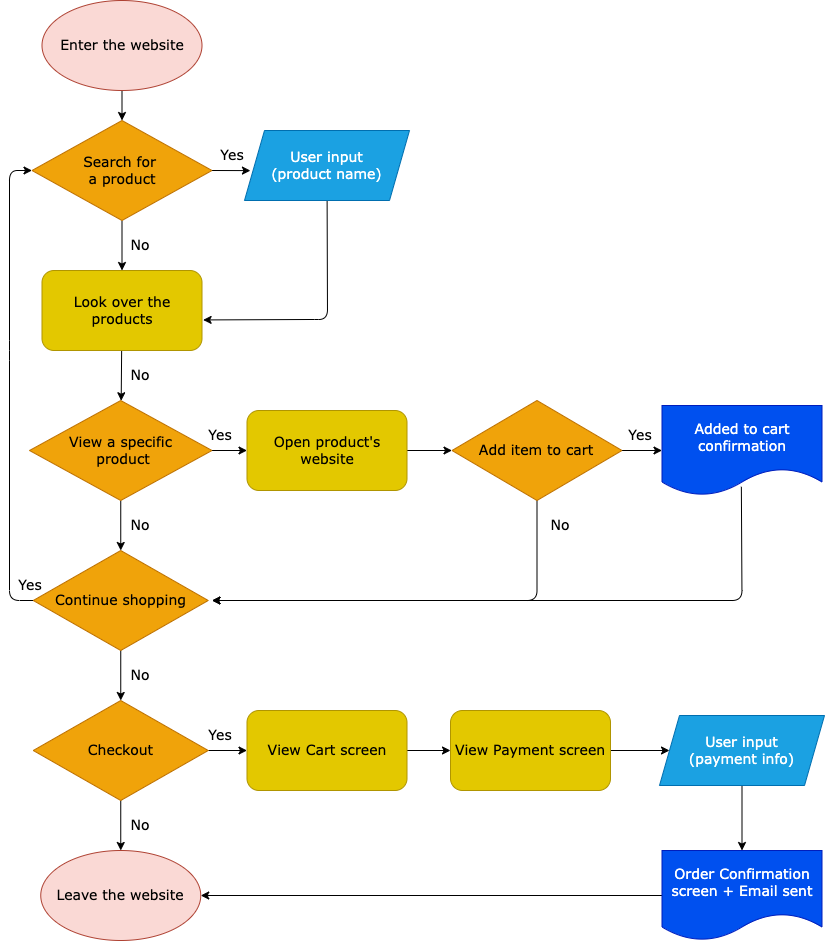
The draw.io diagram explore/diagramming/diagram.drawio.png in tamarasagakova/fa22-cse110-lab4, before a commit. Source tidied: cells renumbered, new cells last; positions are measured from the earlier drawing's top-left corner, leaving out a move shared by most shapes.
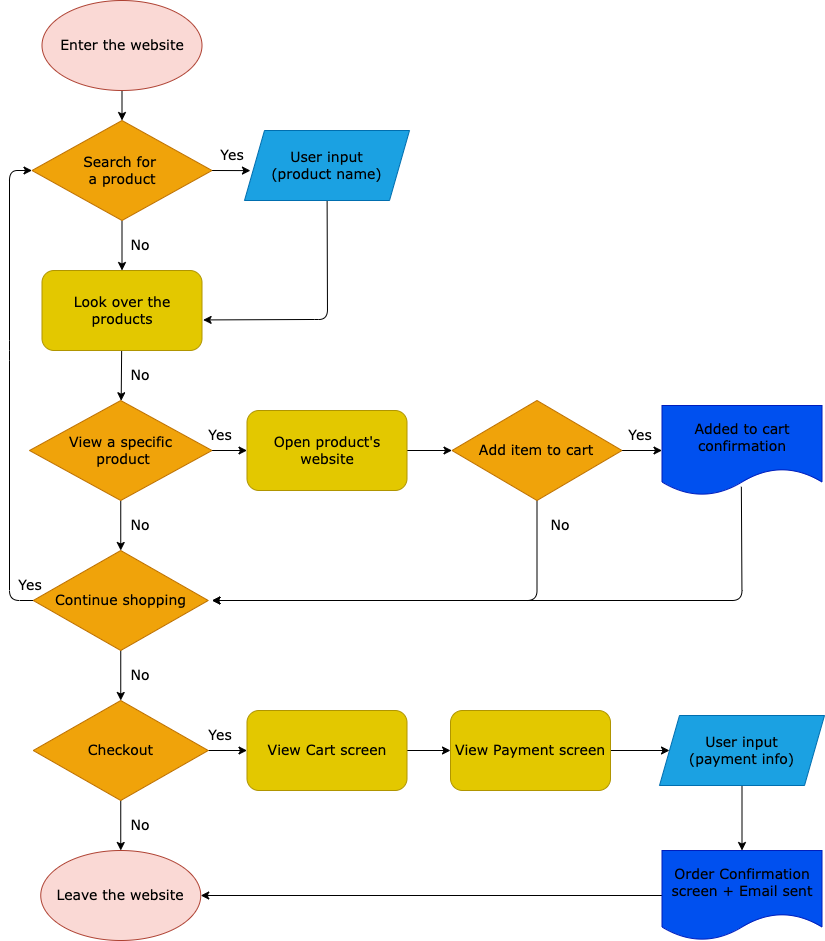
After the commit.

Diff of the diagram source:
```diff
@@ -25,7 +25,7 @@
         </Array>
       </mxGeometry>
     </mxCell>
-    <mxCell id="8" value="User input&lt;br style=&quot;font-size: 14px;&quot;&gt;(product name)" style="shape=parallelogram;perimeter=parallelogramPerimeter;whiteSpace=wrap;html=1;fixedSize=1;fontSize=14;fillColor=#1ba1e2;strokeColor=#006EAF;fontColor=#ffffff;fontFamily=Verdana;" parent="1" vertex="1">
+    <mxCell id="8" value="&lt;font color=&quot;#000000&quot;&gt;User input&lt;br style=&quot;font-size: 14px&quot;&gt;(product name)&lt;/font&gt;" style="shape=parallelogram;perimeter=parallelogramPerimeter;whiteSpace=wrap;html=1;fixedSize=1;fontSize=14;fillColor=#1ba1e2;strokeColor=#006EAF;fontColor=#ffffff;fontFamily=Verdana;" parent="1" vertex="1">
       <mxGeometry x="244" y="130" width="165" height="70" as="geometry" />
     </mxCell>
     <mxCell id="9" style="edgeStyle=none;html=1;fontSize=14;fontColor=#000000;fontFamily=Verdana;" parent="1" edge="1" source="10" target="13">
@@ -88,7 +88,7 @@
         </Array>
       </mxGeometry>
     </mxCell>
-    <mxCell id="23" value="&lt;span style=&quot;font-size: 14px; font-style: normal; font-weight: 400; letter-spacing: normal; text-align: center; text-indent: 0px; text-transform: none; word-spacing: 0px; display: inline; float: none;&quot;&gt;Added to cart&lt;/span&gt;&lt;br style=&quot;font-size: 14px; font-style: normal; font-weight: 400; letter-spacing: normal; text-align: center; text-indent: 0px; text-transform: none; word-spacing: 0px;&quot;&gt;&lt;span style=&quot;font-size: 14px; font-style: normal; font-weight: 400; letter-spacing: normal; text-align: center; text-indent: 0px; text-transform: none; word-spacing: 0px; display: inline; float: none;&quot;&gt;confirmation&lt;/span&gt;" style="shape=document;whiteSpace=wrap;html=1;boundedLbl=1;fontSize=14;fontColor=#ffffff;fillColor=#0050ef;strokeColor=#001DBC;fontFamily=Verdana;" parent="1" vertex="1">
+    <mxCell id="23" value="&lt;font color=&quot;#000000&quot;&gt;&lt;span style=&quot;font-size: 14px ; font-style: normal ; font-weight: 400 ; letter-spacing: normal ; text-align: center ; text-indent: 0px ; text-transform: none ; word-spacing: 0px ; display: inline ; float: none&quot;&gt;Added to cart&lt;/span&gt;&lt;br style=&quot;font-size: 14px ; font-style: normal ; font-weight: 400 ; letter-spacing: normal ; text-align: center ; text-indent: 0px ; text-transform: none ; word-spacing: 0px&quot;&gt;&lt;span style=&quot;font-size: 14px ; font-style: normal ; font-weight: 400 ; letter-spacing: normal ; text-align: center ; text-indent: 0px ; text-transform: none ; word-spacing: 0px ; display: inline ; float: none&quot;&gt;confirmation&lt;/span&gt;&lt;/font&gt;" style="shape=document;whiteSpace=wrap;html=1;boundedLbl=1;fontSize=14;fontColor=#ffffff;fillColor=#0050ef;strokeColor=#001DBC;fontFamily=Verdana;" parent="1" vertex="1">
       <mxGeometry x="661.5" y="405" width="160" height="90" as="geometry" />
     </mxCell>
     <mxCell id="24" style="edgeStyle=none;html=1;fontFamily=Verdana;fontSize=14;fontColor=#000000;" parent="1" edge="1" source="26" target="36">
@@ -148,13 +148,13 @@
     <mxCell id="42" style="edgeStyle=none;html=1;fontFamily=Verdana;fontSize=14;fontColor=#000000;" parent="1" edge="1" source="43" target="45">
       <mxGeometry relative="1" as="geometry" />
     </mxCell>
-    <mxCell id="43" value="User input&lt;br style=&quot;font-size: 14px&quot;&gt;(payment info)" style="shape=parallelogram;perimeter=parallelogramPerimeter;whiteSpace=wrap;html=1;fixedSize=1;fontSize=14;fillColor=#1ba1e2;strokeColor=#006EAF;fontColor=#ffffff;fontFamily=Verdana;" parent="1" vertex="1">
+    <mxCell id="43" value="&lt;font color=&quot;#000000&quot;&gt;User input&lt;br style=&quot;font-size: 14px&quot;&gt;(payment info)&lt;/font&gt;" style="shape=parallelogram;perimeter=parallelogramPerimeter;whiteSpace=wrap;html=1;fixedSize=1;fontSize=14;fillColor=#1ba1e2;strokeColor=#006EAF;fontColor=#ffffff;fontFamily=Verdana;" parent="1" vertex="1">
       <mxGeometry x="659" y="715" width="165" height="70" as="geometry" />
     </mxCell>
     <mxCell id="44" style="edgeStyle=none;html=1;exitX=0;exitY=0.5;exitDx=0;exitDy=0;entryX=1;entryY=0.5;entryDx=0;entryDy=0;fontFamily=Verdana;fontSize=14;fontColor=#000000;" parent="1" edge="1" source="45" target="36">
       <mxGeometry relative="1" as="geometry" />
     </mxCell>
-    <mxCell id="45" value="&lt;span style=&quot;font-size: 14px ; font-style: normal ; font-weight: 400 ; letter-spacing: normal ; text-align: center ; text-indent: 0px ; text-transform: none ; word-spacing: 0px ; display: inline ; float: none&quot;&gt;Order Confirmation&lt;br&gt;screen + Email sent&lt;br&gt;&lt;/span&gt;" style="shape=document;whiteSpace=wrap;html=1;boundedLbl=1;fontSize=14;fontColor=#ffffff;fillColor=#0050ef;strokeColor=#001DBC;fontFamily=Verdana;" parent="1" vertex="1">
+    <mxCell id="45" value="&lt;span style=&quot;font-size: 14px ; font-style: normal ; font-weight: 400 ; letter-spacing: normal ; text-align: center ; text-indent: 0px ; text-transform: none ; word-spacing: 0px ; display: inline ; float: none&quot;&gt;&lt;font color=&quot;#000000&quot;&gt;Order Confirmation&lt;br&gt;screen + Email sent&lt;/font&gt;&lt;br&gt;&lt;/span&gt;" style="shape=document;whiteSpace=wrap;html=1;boundedLbl=1;fontSize=14;fontColor=#ffffff;fillColor=#0050ef;strokeColor=#001DBC;fontFamily=Verdana;" parent="1" vertex="1">
       <mxGeometry x="661.5" y="850" width="160" height="90" as="geometry" />
     </mxCell>
     <mxCell id="46" value="Yes" style="text;html=1;strokeColor=none;fillColor=none;align=center;verticalAlign=middle;whiteSpace=wrap;rounded=0;labelBackgroundColor=none;fontFamily=Verdana;fontSize=14;fontColor=#000000;" parent="1" vertex="1">
```
